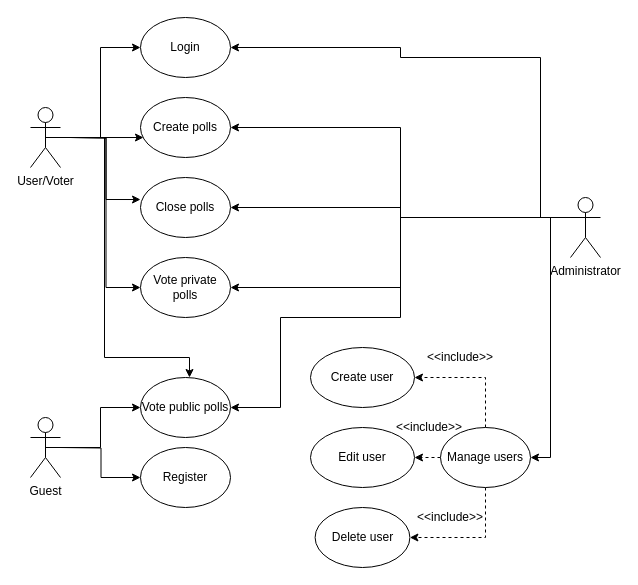
DAT250-Project-Groups-1/Design-and-Prototyping-Assignment-A keeps this draw.io diagram as illustrations/usecases.drawio. Above is the earlier version. Source tidied: cells renumbered, new cells numbered last; positions are measured from the earlier drawing's top-left corner, leaving out a move shared by most shapes. Both pictures are drawn from the tidied source at 100%, with x=0, y=0 at pixel (30, 17).
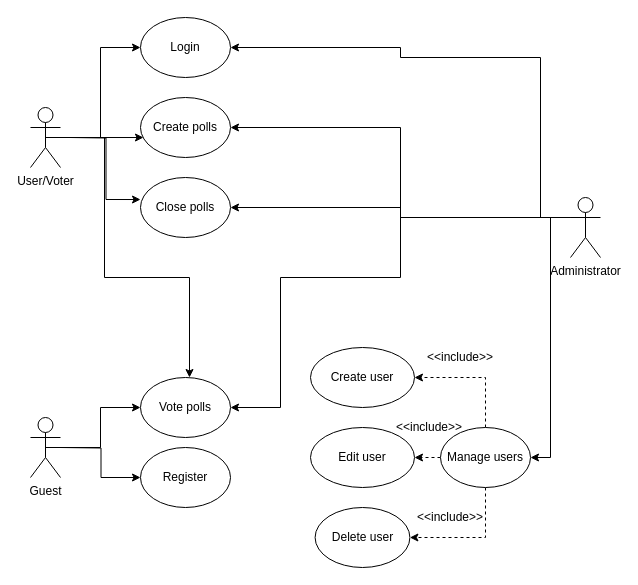
Above is the later version.

The change refers to these unchanged cells:
```xml
<mxCell id="14" value="Administrator&lt;br&gt;" style="shape=umlActor;verticalLabelPosition=bottom;verticalAlign=top;html=1;outlineConnect=0;" parent="1" vertex="1">
  <mxGeometry x="540" y="180" width="30" height="60" as="geometry" />
</mxCell>
```

The edit, as a diff of the source:
```diff
@@
-    <mxCell id="5" style="edgeStyle=orthogonalEdgeStyle;rounded=0;jettySize=auto;html=1;entryX=0;entryY=0.5;entryDx=0;entryDy=0;" parent="1" edge="1" target="23">
-      <mxGeometry relative="1" as="geometry">
-        <mxPoint x="40" y="120" as="sourcePoint" />
-      </mxGeometry>
-    </mxCell>
     <mxCell id="6" style="edgeStyle=orthogonalEdgeStyle;rounded=0;orthogonalLoop=1;jettySize=auto;html=1;exitX=0.5;exitY=0.5;exitDx=0;exitDy=0;exitPerimeter=0;entryX=0.5;entryY=0;entryDx=0;entryDy=0;" parent="1" edge="1">
       <mxGeometry relative="1" as="geometry">
         <mxPoint x="19" y="120" as="sourcePoint" />
         <mxPoint x="159" y="360" as="targetPoint" />
         <Array as="points">
           <mxPoint x="74" y="120" />
-          <mxPoint x="74" y="340" />
-          <mxPoint x="159" y="340" />
+          <mxPoint x="74" y="260" />
+          <mxPoint x="159" y="260" />
         </Array>
       </mxGeometry>
     </mxCell>
@@
-    <mxCell id="12" style="edgeStyle=orthogonalEdgeStyle;rounded=0;jettySize=auto;html=1;exitX=0;exitY=0.3333333333333333;exitDx=0;exitDy=0;exitPerimeter=0;entryX=1;entryY=0.5;entryDx=0;entryDy=0;" parent="1" edge="1" source="14" target="23">
-      <mxGeometry relative="1" as="geometry" />
-    </mxCell>
     <mxCell id="13" style="edgeStyle=orthogonalEdgeStyle;rounded=0;jettySize=auto;html=1;exitX=0;exitY=0.3333333333333333;exitDx=0;exitDy=0;exitPerimeter=0;entryX=1;entryY=0.5;entryDx=0;entryDy=0;" parent="1" edge="1" source="14" target="22">
       <mxGeometry relative="1" as="geometry">
         <Array as="points">
           <mxPoint x="370" y="200" />
-          <mxPoint x="370" y="300" />
-          <mxPoint x="250" y="300" />
+          <mxPoint x="370" y="260" />
+          <mxPoint x="250" y="260" />
           <mxPoint x="250" y="390" />
         </Array>
       </mxGeometry>
     </mxCell>
@@
-    <mxCell id="22" value="Vote public polls" style="ellipse;whiteSpace=wrap;html=1;" parent="1" vertex="1">
+    <mxCell id="22" value="Vote polls" style="ellipse;whiteSpace=wrap;html=1;" parent="1" vertex="1">
       <mxGeometry x="110" y="360" width="90" height="60" as="geometry" />
     </mxCell>
-    <mxCell id="23" value="Vote private polls" style="ellipse;whiteSpace=wrap;html=1;" parent="1" vertex="1">
-      <mxGeometry x="110" y="240" width="90" height="60" as="geometry" />
-    </mxCell>
```
